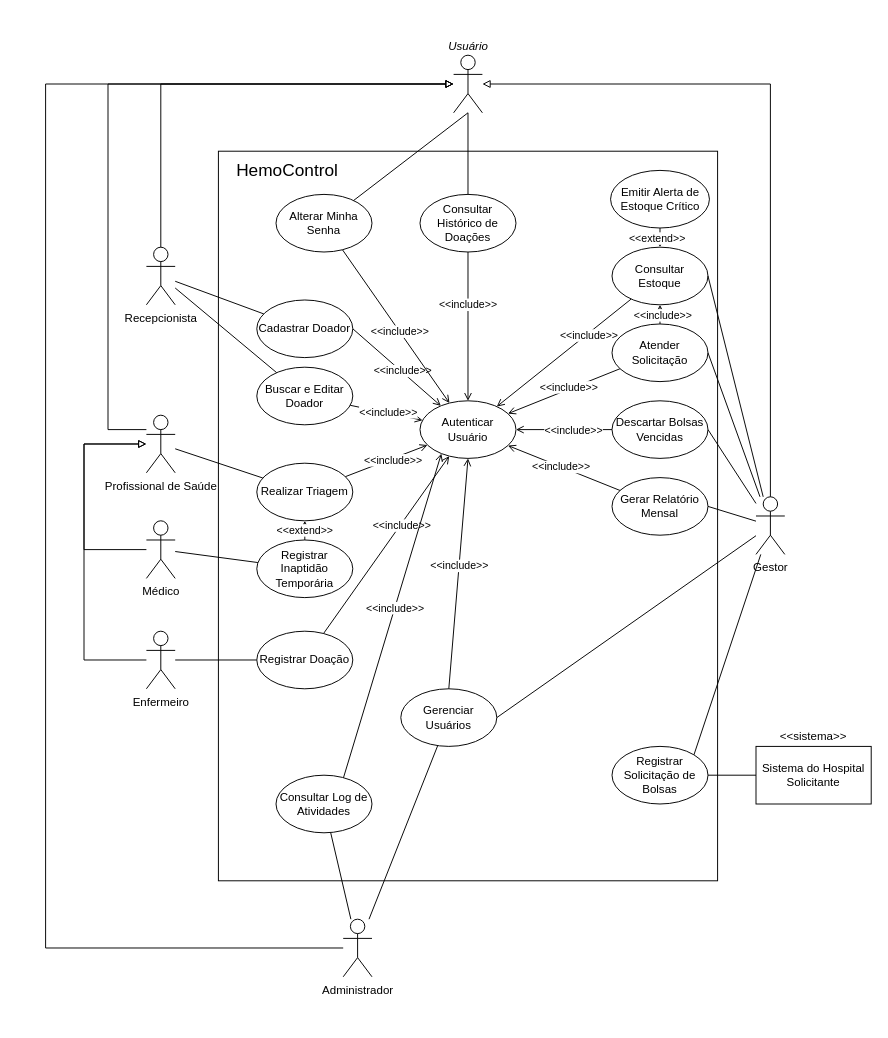
The draw.io diagram docs/casos-de-uso.drawio in Grabiie/hemocontrol, before the edit. Source tidied: cells renumbered, new cells numbered last; positions are measured from the earlier drawing's top-left corner, leaving out a move shared by most shapes. Both pictures are drawn from the tidied source at 96%, with x=0, y=0 at pixel (45, 55).
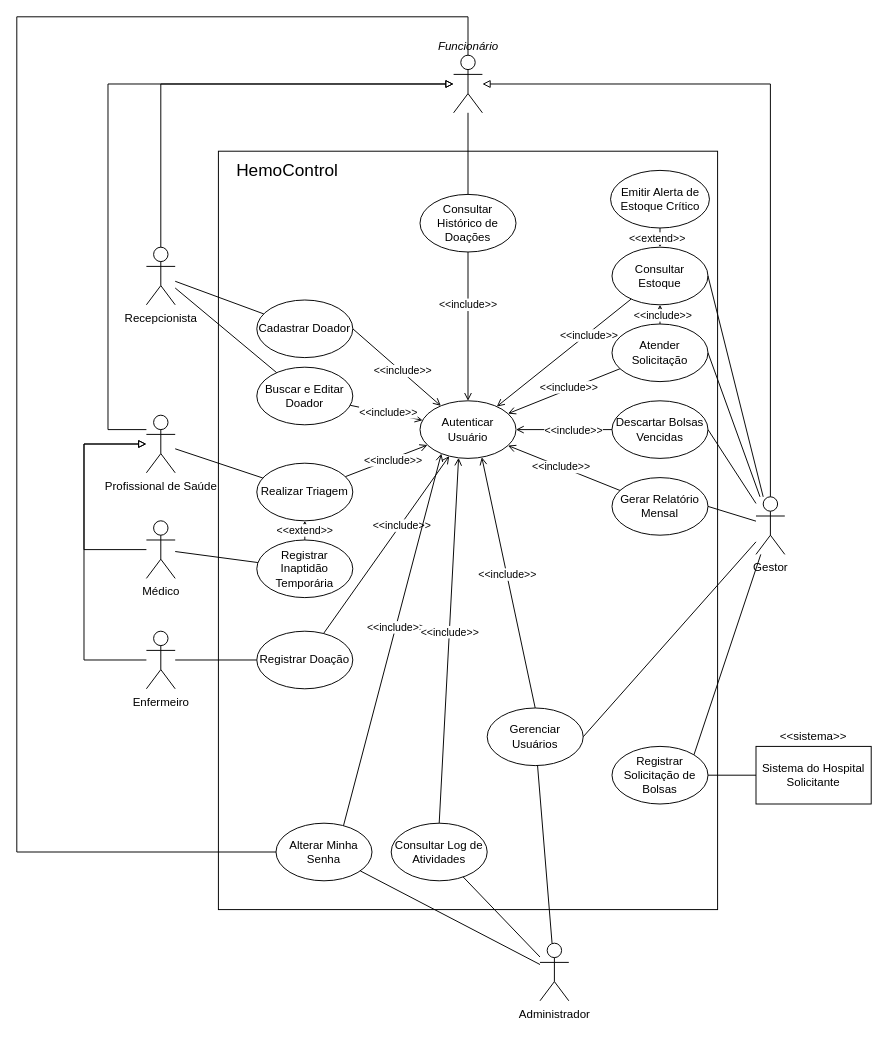
The same page after the edit.

The change refers to these unchanged cells:
```xml
<mxCell id="39" value="Autenticar Usuário" style="ellipse;whiteSpace=wrap;html=1;shapeInside=1;" parent="1" vertex="1">
  <mxGeometry x="390" y="360" width="100" height="60" as="geometry" />
</mxCell>
```

What changed in the source:
```diff
@@
     <mxCell id="2" style="rounded=0;whiteSpace=wrap;html=1;" parent="1" vertex="1">
-      <mxGeometry x="180" y="100" width="520" height="760" as="geometry" />
+      <mxGeometry x="180" y="100" width="520" height="790" as="geometry" />
     </mxCell>
@@
     <mxCell id="61" value="Gerenciar Usuários" style="ellipse;whiteSpace=wrap;html=1;shapeInside=1;" parent="1" vertex="1">
-      <mxGeometry x="370" y="660" width="100" height="60" as="geometry" />
+      <mxGeometry x="460" y="680" width="100" height="60" as="geometry" />
     </mxCell>
@@
-    <mxCell id="63" style="rounded=0;jettySize=auto;html=1;defaultLabelBackgroundColor=page;flowAnimation=1;endArrow=open;endFill=0;exitX=0.5;exitY=0;exitDx=0;exitDy=0;entryX=0.5;entryY=1;entryDx=0;entryDy=0;" parent="1" edge="1" source="61" target="39">
+    <mxCell id="63" style="rounded=0;jettySize=auto;html=1;defaultLabelBackgroundColor=page;flowAnimation=1;endArrow=open;endFill=0;exitX=0.5;exitY=0;exitDx=0;exitDy=0;entryX=0.65;entryY=1;entryDx=0;entryDy=0;" parent="1" edge="1" source="61" target="39">
       <mxGeometry relative="1" as="geometry" />
     </mxCell>
@@
-    <mxCell id="65" value="Usuário" style="shape=umlActor;html=1;outlineConnect=0;labelPerimeter=1;verticalLabelPosition=top;verticalAlign=bottom;fontStyle=2;" parent="1" vertex="1">
+    <mxCell id="65" value="Funcionário" style="shape=umlActor;html=1;outlineConnect=0;labelPerimeter=1;verticalLabelPosition=top;verticalAlign=bottom;fontStyle=2;" parent="1" vertex="1">
       <mxGeometry x="425" width="30" height="60" as="geometry" />
     </mxCell>
@@
     <mxCell id="69" value="Alterar Minha Senha" style="ellipse;whiteSpace=wrap;html=1;shapeInside=1;" parent="1" vertex="1">
-      <mxGeometry x="240" y="145" width="100" height="60" as="geometry" />
+      <mxGeometry x="240" y="800" width="100" height="60" as="geometry" />
     </mxCell>
-    <mxCell id="70" style="rounded=0;jettySize=auto;html=1;defaultLabelBackgroundColor=page;flowAnimation=1;endArrow=open;endFill=0;" parent="1" edge="1" source="69" target="39">
+    <mxCell id="70" style="rounded=0;jettySize=auto;html=1;defaultLabelBackgroundColor=page;flowAnimation=1;endArrow=open;endFill=0;exitX=0.7;exitY=0.05;exitDx=0;exitDy=0;entryX=0.2;entryY=0.95;entryDx=0;entryDy=0;" parent="1" edge="1" source="69" target="39">
       <mxGeometry relative="1" as="geometry" />
     </mxCell>
@@
-    <mxCell id="73" style="rounded=0;jettySize=auto;html=1;defaultLabelBackgroundColor=page;endArrow=none;endFill=0;exitX=0.5;exitY=1;exitDx=0;exitDy=0;" parent="1" edge="1" source="65" target="69">
-      <mxGeometry relative="1" as="geometry" />
+    <mxCell id="73" style="rounded=0;jettySize=auto;html=1;defaultLabelBackgroundColor=page;endArrow=none;endFill=0;exitX=0.5;exitY=0;exitDx=0;exitDy=0;entryX=0;entryY=0.5;entryDx=0;entryDy=0;" parent="1" edge="1" source="65" target="69">
+      <mxGeometry relative="1" as="geometry">
+        <Array as="points">
+          <mxPoint x="440" y="-40" />
+          <mxPoint x="-30" y="-40" />
+          <mxPoint x="-30" y="830" />
+        </Array>
+      </mxGeometry>
     </mxCell>
     <mxCell id="74" value="Consultar Log de Atividades" style="ellipse;whiteSpace=wrap;html=1;shapeInside=1;" parent="1" vertex="1">
-      <mxGeometry x="240" y="750" width="100" height="60" as="geometry" />
+      <mxGeometry x="360" y="800" width="100" height="60" as="geometry" />
     </mxCell>
-    <mxCell id="75" style="rounded=0;jettySize=auto;html=1;defaultLabelBackgroundColor=page;flowAnimation=1;endArrow=open;endFill=0;exitX=0.7;exitY=0.05;exitDx=0;exitDy=0;entryX=0.2;entryY=0.95;entryDx=0;entryDy=0;" parent="1" edge="1" source="74" target="39">
+    <mxCell id="75" style="rounded=0;jettySize=auto;html=1;defaultLabelBackgroundColor=page;flowAnimation=1;endArrow=open;endFill=0;exitX=0.5;exitY=0;exitDx=0;exitDy=0;entryX=0.4;entryY=1;entryDx=0;entryDy=0;" parent="1" edge="1" source="74" target="39">
       <mxGeometry relative="1" as="geometry" />
     </mxCell>
@@
     <mxCell id="77" value="Administrador" style="shape=umlActor;verticalLabelPosition=bottom;verticalAlign=top;html=1;outlineConnect=0;labelPerimeter=1;" parent="1" vertex="1">
-      <mxGeometry x="310" y="900" width="30" height="60" as="geometry" />
+      <mxGeometry x="515" y="925" width="30" height="60" as="geometry" />
     </mxCell>
@@
-    <mxCell id="80" style="rounded=0;jettySize=auto;html=1;defaultLabelBackgroundColor=page;endArrow=block;endFill=0;exitX=0;exitY=0.5;exitDx=0;exitDy=0;entryX=0;entryY=0.5;entryDx=0;entryDy=0;" parent="1" edge="1" source="77" target="65">
-      <mxGeometry relative="1" as="geometry">
-        <Array as="points">
-          <mxPoint y="930" />
-          <mxPoint y="30" />
-        </Array>
-      </mxGeometry>
-    </mxCell>
+    <mxCell id="81" style="rounded=0;jettySize=auto;html=1;defaultLabelBackgroundColor=page;endArrow=none;endFill=0;" parent="1" edge="1" source="77" target="69">
+      <mxGeometry relative="1" as="geometry" />
+    </mxCell>
```
